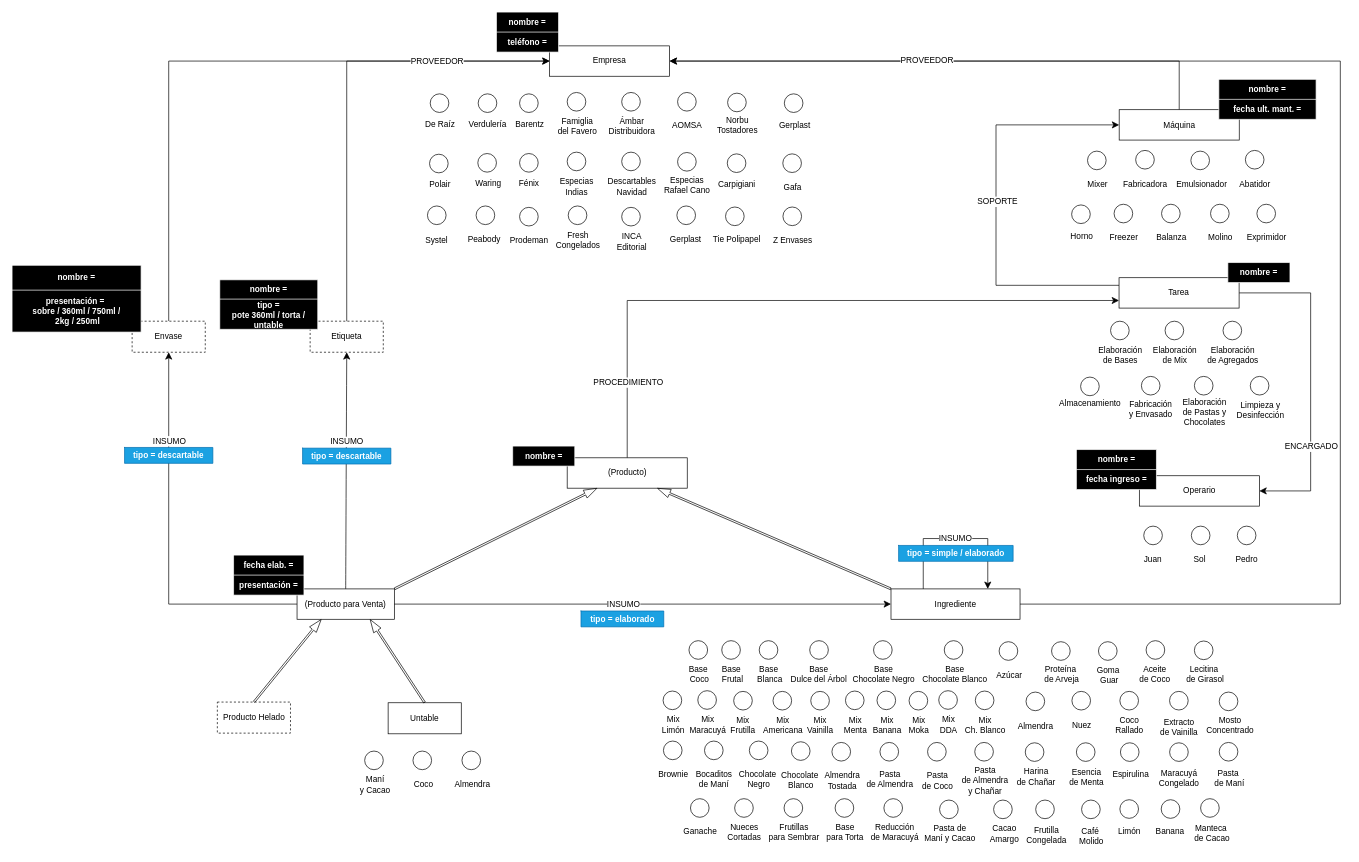
The draw.io diagram Modelo Heladería.drawio in franualba/diagrams, before the edit. Source tidied: cells renumbered, new cells numbered last; positions are measured from the earlier drawing's top-left corner, leaving out a move shared by most shapes. Both pictures are drawn from the tidied source at 69%, with x=0, y=0 at pixel (12, 12).
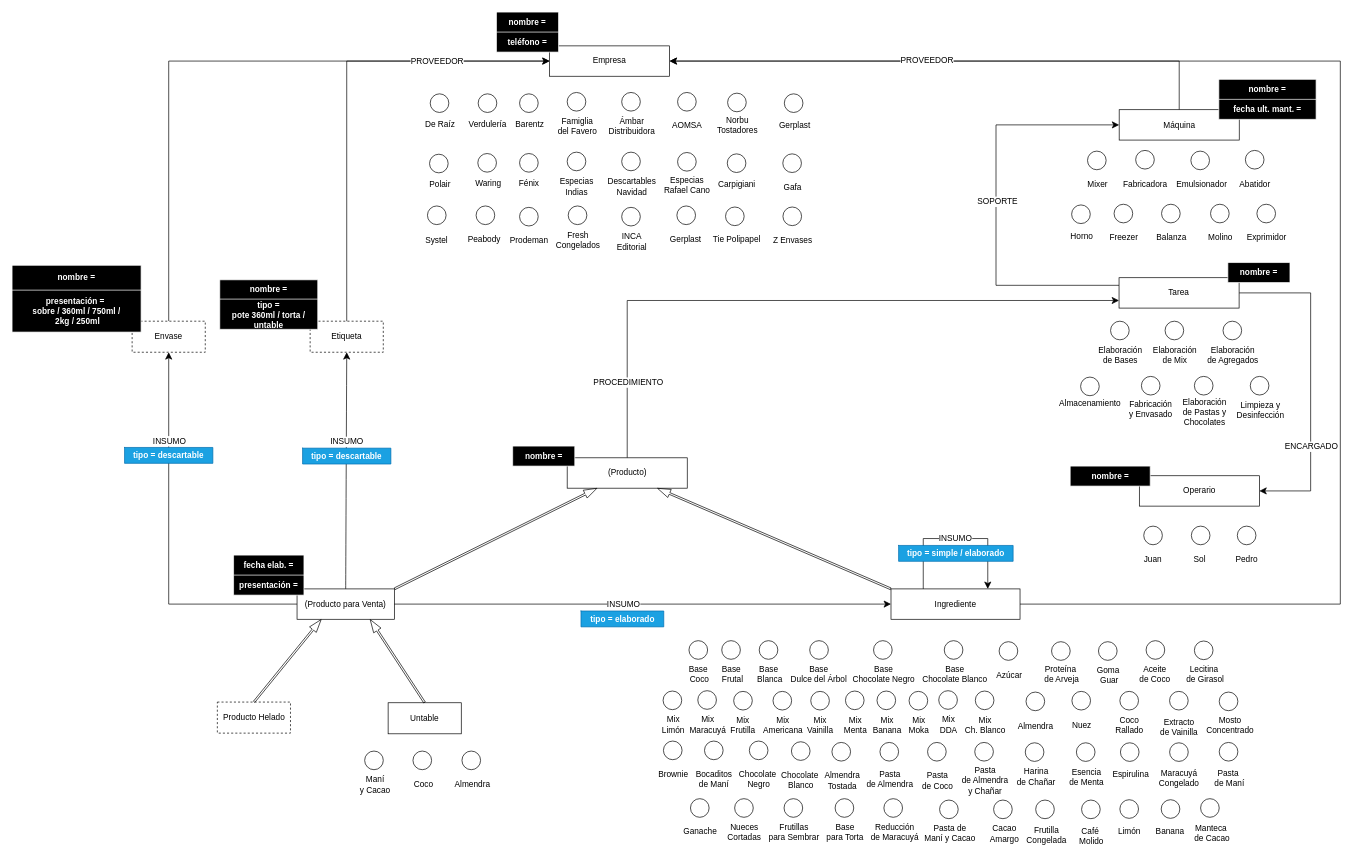
After the change.

Change to the diagram source:
```diff
@@
     <mxCell id="184" style="shape=table;startSize=0;childLayout=tableLayout;fillColor=#000000;strokeColor=#FFFFFF;fontColor=#FFFFFF;labelPosition=left;verticalLabelPosition=middle;align=right;verticalAlign=middle;" parent="1" vertex="1">
-      <mxGeometry x="1542.5" y="634" width="116" height="58" as="geometry" />
+      <mxGeometry x="1533.5" y="658" width="116" height="29" as="geometry" />
     </mxCell>
@@
-    <mxCell id="187" style="shape=tableRow;horizontal=0;startSize=0;swimlaneHead=0;swimlaneBody=0;strokeColor=inherit;top=0;left=0;bottom=0;right=0;fillColor=none;" parent="184" vertex="1">
-      <mxGeometry y="29" width="116" height="29" as="geometry" />
-    </mxCell>
-    <mxCell id="188" value="&lt;font color=&quot;#ffffff&quot;&gt;fecha ingreso =&lt;br&gt;&lt;/font&gt;" style="shape=partialRectangle;html=1;whiteSpace=wrap;strokeColor=inherit;overflow=hidden;fillColor=none;top=0;left=0;bottom=0;right=0;fontStyle=1;fontSize=12;" parent="187" vertex="1">
-      <mxGeometry width="116" height="29" as="geometry" />
-    </mxCell>
```
